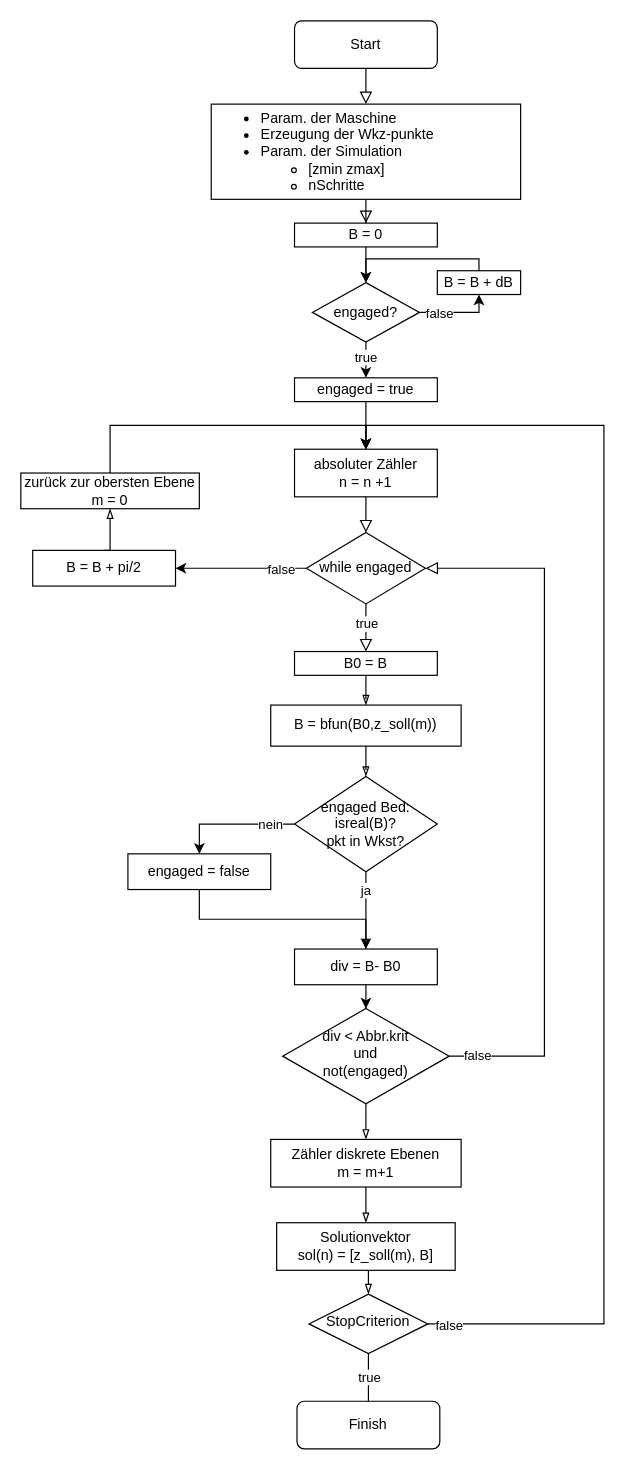
Before: vf1-flowchart.drawio in ChrisCalzolaio/ba, a draw.io diagram. Source tidied: cells renumbered, new cells numbered last; positions are measured from the earlier drawing's top-left corner, leaving out a move shared by most shapes. Both pictures are drawn from the tidied source at 119%, with x=0, y=0 at pixel (20, 20).
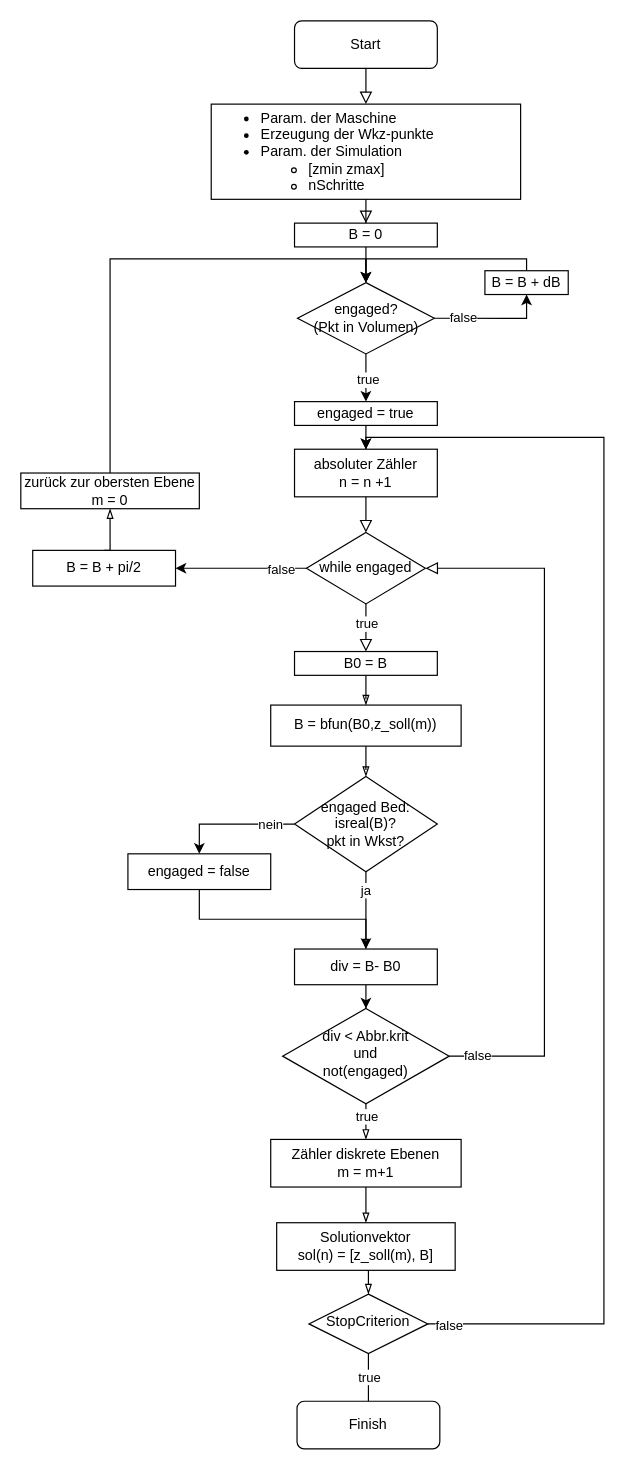
The same page after the edit.

Commit message:
change abort path landing

Unchanged cells that the change refers to:
```xml
<mxCell id="21" value="zurück zur obersten Ebene&lt;br&gt;m = 0" style="rounded=0;whiteSpace=wrap;html=1;" parent="1" vertex="1">
  <mxGeometry y="380" width="150" height="30" as="geometry" />
</mxCell>
<mxCell id="29" value="StopCriterion" style="rhombus;whiteSpace=wrap;html=1;shadow=0;fontFamily=Helvetica;fontSize=12;align=center;strokeWidth=1;spacing=6;spacingTop=-4;" parent="1" vertex="1">
  <mxGeometry x="242.1" y="1070" width="100" height="50" as="geometry" />
</mxCell>
<mxCell id="32" value="absoluter Zähler&lt;br&gt;n = n +1" style="rounded=0;whiteSpace=wrap;html=1;" parent="1" vertex="1">
  <mxGeometry x="230" y="360" width="120" height="40" as="geometry" />
</mxCell>
<mxCell id="43" style="edgeStyle=orthogonalEdgeStyle;rounded=0;jettySize=auto;html=1;endArrow=blockThin;endFill=0;" parent="1" edge="1" source="5" target="42">
  <mxGeometry relative="1" as="geometry" />
</mxCell>
```

Change to the diagram source:
```diff
@@
-    <mxCell id="20" style="edgeStyle=orthogonalEdgeStyle;rounded=0;jettySize=auto;html=1;exitX=0.5;exitY=0;exitDx=0;exitDy=0;entryX=0.5;entryY=0;entryDx=0;entryDy=0;labelBackgroundColor=#ffffff;" parent="1" edge="1" source="21" target="32">
-      <mxGeometry relative="1" as="geometry" />
-    </mxCell>
+    <mxCell id="53" style="edgeStyle=orthogonalEdgeStyle;rounded=0;jettySize=auto;html=1;exitX=0.5;exitY=0;exitDx=0;exitDy=0;entryX=0.5;entryY=0;entryDx=0;entryDy=0;" parent="1" edge="1" source="21" target="46">
+      <mxGeometry relative="1" as="geometry" />
+    </mxCell>
@@
     <mxCell id="27" style="edgeStyle=orthogonalEdgeStyle;rounded=0;jettySize=auto;html=1;entryX=0.5;entryY=0;entryDx=0;entryDy=0;labelBackgroundColor=#ffffff;" parent="1" edge="1" source="29" target="32">
       <mxGeometry relative="1" as="geometry">
         <Array as="points">
           <mxPoint x="490" y="1095" />
-          <mxPoint x="490" y="340" />
-          <mxPoint x="290" y="340" />
+          <mxPoint x="490" y="350" />
+          <mxPoint x="290" y="350" />
         </Array>
       </mxGeometry>
     </mxCell>
@@
+    <mxCell id="54" value="true" style="edgeLabel;html=1;align=center;verticalAlign=middle;" parent="43" vertex="1">
+      <mxGeometry x="-0.77" y="-1" relative="1" as="geometry">
+        <mxPoint x="1" y="4.4" as="offset" />
+      </mxGeometry>
+    </mxCell>
     <mxCell id="44" style="edgeStyle=orthogonalEdgeStyle;rounded=0;jettySize=auto;html=1;exitX=1;exitY=0.5;exitDx=0;exitDy=0;entryX=0.5;entryY=1;entryDx=0;entryDy=0;labelBackgroundColor=#ffffff;" parent="1" edge="1" source="46" target="49">
       <mxGeometry relative="1" as="geometry">
         <Array as="points">
-          <mxPoint x="385" y="245" />
+          <mxPoint x="425" y="250" />
         </Array>
       </mxGeometry>
     </mxCell>
@@
-    <mxCell id="46" value="engaged?" style="rhombus;whiteSpace=wrap;html=1;" parent="1" vertex="1">
-      <mxGeometry x="245" y="220" width="90" height="50" as="geometry" />
+    <mxCell id="46" value="engaged?&lt;br&gt;(Pkt in Volumen)" style="rhombus;whiteSpace=wrap;html=1;" parent="1" vertex="1">
+      <mxGeometry x="232.5" y="220" width="115" height="59.9" as="geometry" />
     </mxCell>
@@
     <mxCell id="48" style="edgeStyle=orthogonalEdgeStyle;rounded=0;jettySize=auto;html=1;exitX=0.5;exitY=0;exitDx=0;exitDy=0;entryX=0.5;entryY=0;entryDx=0;entryDy=0;labelBackgroundColor=#ffffff;" parent="1" edge="1" source="49" target="46">
       <mxGeometry relative="1" as="geometry">
         <Array as="points">
-          <mxPoint x="385" y="200" />
+          <mxPoint x="425" y="200" />
           <mxPoint x="290" y="200" />
         </Array>
       </mxGeometry>
     </mxCell>
     <mxCell id="49" value="B = B + dB" style="rounded=0;whiteSpace=wrap;html=1;" parent="1" vertex="1">
-      <mxGeometry x="350" y="210" width="70" height="20" as="geometry" />
+      <mxGeometry x="390" y="210" width="70" height="20" as="geometry" />
     </mxCell>
     <mxCell id="50" value="engaged = true" style="rounded=0;whiteSpace=wrap;html=1;" parent="1" vertex="1">
-      <mxGeometry x="230" y="300" width="120" height="20" as="geometry" />
+      <mxGeometry x="230" y="320" width="120" height="20" as="geometry" />
     </mxCell>
```
